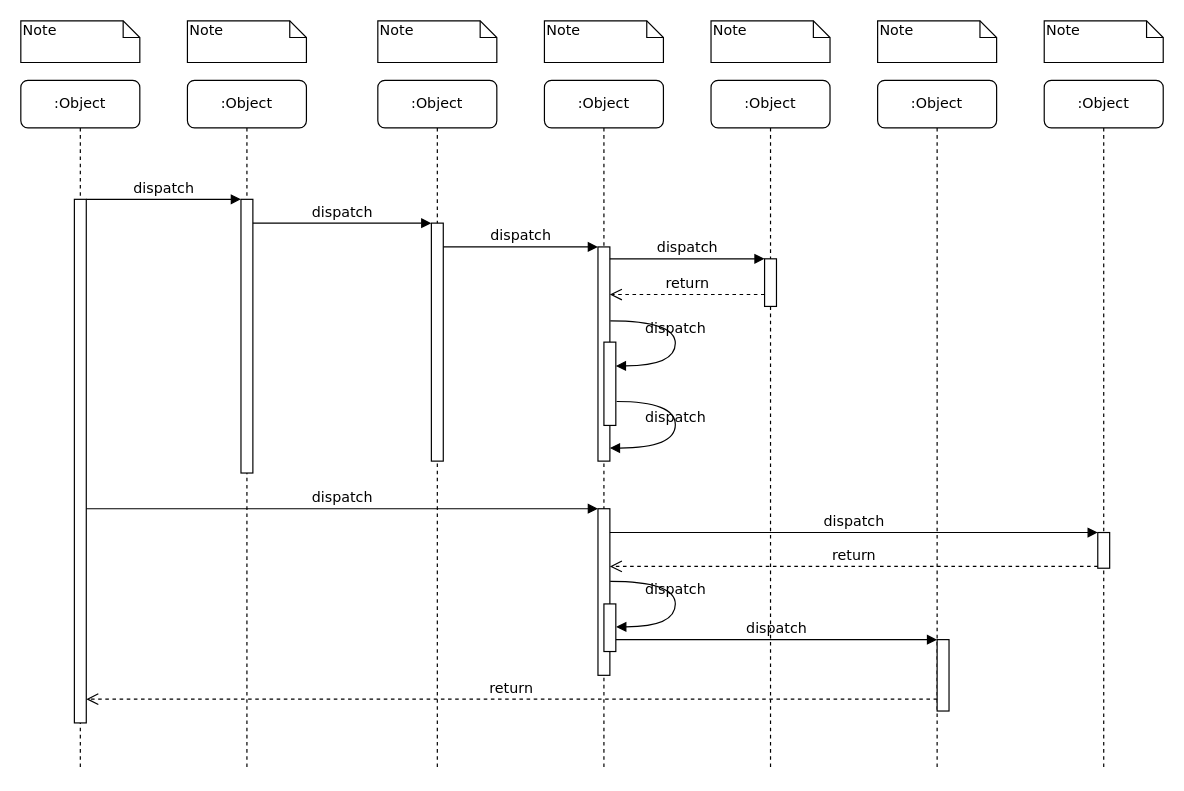
Earlier version of the draw.io diagram diagramadefuncionamiento.drawio (Jusepepe/PROYECTO_SCA). Source tidied: cells renumbered, new cells numbered last; positions are measured from the earlier drawing's top-left corner, leaving out a move shared by most shapes. Both pictures are drawn from the tidied source at 119%, with x=0, y=0 at pixel (20, 20).
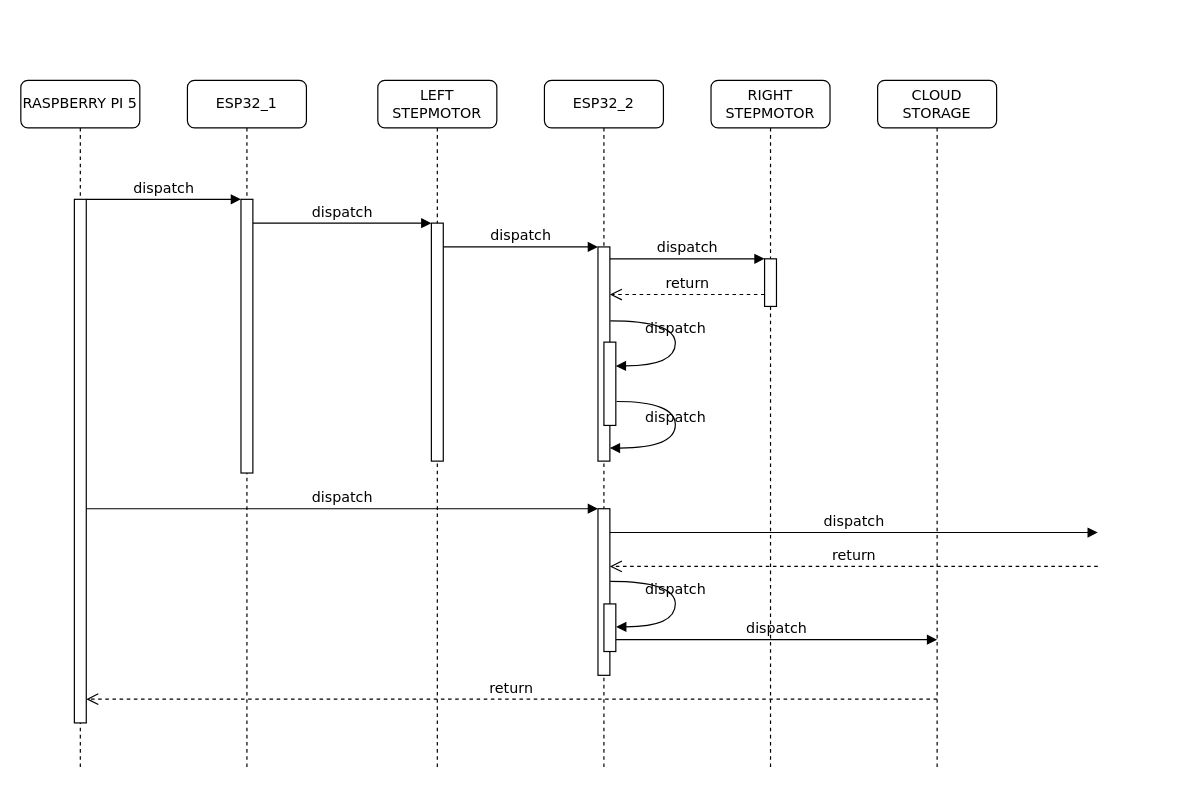
The same diagram, later.

The change refers to these unchanged cells:
```xml
<mxCell id="11" style="html=1;points=[];perimeter=orthogonalPerimeter;rounded=0;shadow=0;comic=0;labelBackgroundColor=none;strokeWidth=1;fontFamily=Verdana;fontSize=12;align=center;" parent="10" vertex="1">
  <mxGeometry x="45" y="100" width="10" height="440" as="geometry" />
</mxCell>
<mxCell id="17" style="html=1;points=[];perimeter=orthogonalPerimeter;rounded=0;shadow=0;comic=0;labelBackgroundColor=none;strokeWidth=1;fontFamily=Verdana;fontSize=12;align=center;" parent="1" vertex="1">
  <mxGeometry x="485" y="410" width="10" height="140" as="geometry" />
</mxCell>
<mxCell id="30" style="html=1;points=[];perimeter=orthogonalPerimeter;rounded=0;shadow=0;comic=0;labelBackgroundColor=none;strokeWidth=1;fontFamily=Verdana;fontSize=12;align=center;" parent="1" vertex="1">
  <mxGeometry x="490" y="490" width="10" height="40" as="geometry" />
</mxCell>
```

Diff of the diagram source:
```diff
@@
-    <mxCell id="2" value=":Object" style="shape=umlLifeline;perimeter=lifelinePerimeter;whiteSpace=wrap;html=1;rounded=1;shadow=0;comic=0;labelBackgroundColor=none;strokeWidth=1;fontFamily=Verdana;fontSize=12;align=center;" parent="1" vertex="1">
+    <mxCell id="2" value="ESP32_1" style="shape=umlLifeline;perimeter=lifelinePerimeter;whiteSpace=wrap;html=1;rounded=1;shadow=0;comic=0;labelBackgroundColor=none;strokeWidth=1;fontFamily=Verdana;fontSize=12;align=center;" parent="1" vertex="1">
       <mxGeometry x="140" y="50" width="100" height="580" as="geometry" />
     </mxCell>
@@
-    <mxCell id="4" value=":Object" style="shape=umlLifeline;perimeter=lifelinePerimeter;whiteSpace=wrap;html=1;rounded=1;shadow=0;comic=0;labelBackgroundColor=none;strokeWidth=1;fontFamily=Verdana;fontSize=12;align=center;" parent="1" vertex="1">
+    <mxCell id="4" value="LEFT STEPMOTOR" style="shape=umlLifeline;perimeter=lifelinePerimeter;whiteSpace=wrap;html=1;rounded=1;shadow=0;comic=0;labelBackgroundColor=none;strokeWidth=1;fontFamily=Verdana;fontSize=12;align=center;" parent="1" vertex="1">
       <mxGeometry x="300" y="50" width="100" height="580" as="geometry" />
     </mxCell>
@@
-    <mxCell id="6" value=":Object" style="shape=umlLifeline;perimeter=lifelinePerimeter;whiteSpace=wrap;html=1;rounded=1;shadow=0;comic=0;labelBackgroundColor=none;strokeWidth=1;fontFamily=Verdana;fontSize=12;align=center;" parent="1" vertex="1">
+    <mxCell id="6" value="ESP32_2" style="shape=umlLifeline;perimeter=lifelinePerimeter;whiteSpace=wrap;html=1;rounded=1;shadow=0;comic=0;labelBackgroundColor=none;strokeWidth=1;fontFamily=Verdana;fontSize=12;align=center;" parent="1" vertex="1">
       <mxGeometry x="440" y="50" width="100" height="580" as="geometry" />
     </mxCell>
-    <mxCell id="7" value=":Object" style="shape=umlLifeline;perimeter=lifelinePerimeter;whiteSpace=wrap;html=1;rounded=1;shadow=0;comic=0;labelBackgroundColor=none;strokeWidth=1;fontFamily=Verdana;fontSize=12;align=center;" parent="1" vertex="1">
+    <mxCell id="7" value="RIGHT STEPMOTOR" style="shape=umlLifeline;perimeter=lifelinePerimeter;whiteSpace=wrap;html=1;rounded=1;shadow=0;comic=0;labelBackgroundColor=none;strokeWidth=1;fontFamily=Verdana;fontSize=12;align=center;" parent="1" vertex="1">
       <mxGeometry x="580" y="50" width="100" height="580" as="geometry" />
     </mxCell>
-    <mxCell id="8" value=":Object" style="shape=umlLifeline;perimeter=lifelinePerimeter;whiteSpace=wrap;html=1;rounded=1;shadow=0;comic=0;labelBackgroundColor=none;strokeWidth=1;fontFamily=Verdana;fontSize=12;align=center;" parent="1" vertex="1">
-      <mxGeometry x="720" y="50" width="100" height="580" as="geometry" />
-    </mxCell>
-    <mxCell id="9" value=":Object" style="shape=umlLifeline;perimeter=lifelinePerimeter;whiteSpace=wrap;html=1;rounded=1;shadow=0;comic=0;labelBackgroundColor=none;strokeWidth=1;fontFamily=Verdana;fontSize=12;align=center;" parent="1" vertex="1">
-      <mxGeometry x="860" y="50" width="100" height="580" as="geometry" />
-    </mxCell>
-    <mxCell id="10" value=":Object" style="shape=umlLifeline;perimeter=lifelinePerimeter;whiteSpace=wrap;html=1;rounded=1;shadow=0;comic=0;labelBackgroundColor=none;strokeWidth=1;fontFamily=Verdana;fontSize=12;align=center;" parent="1" vertex="1">
+    <mxCell id="10" value="RASPBERRY PI 5" style="shape=umlLifeline;perimeter=lifelinePerimeter;whiteSpace=wrap;html=1;rounded=1;shadow=0;comic=0;labelBackgroundColor=none;strokeWidth=1;fontFamily=Verdana;fontSize=12;align=center;" parent="1" vertex="1">
       <mxGeometry y="50" width="100" height="580" as="geometry" />
     </mxCell>
@@
-    <mxCell id="19" style="html=1;points=[];perimeter=orthogonalPerimeter;rounded=0;shadow=0;comic=0;labelBackgroundColor=none;strokeColor=#000000;strokeWidth=1;fillColor=#FFFFFF;fontFamily=Verdana;fontSize=12;fontColor=#000000;align=center;" parent="1" vertex="1">
-      <mxGeometry x="905" y="430" width="10" height="30" as="geometry" />
-    </mxCell>
-    <mxCell id="20" value="dispatch" style="html=1;verticalAlign=bottom;endArrow=block;entryX=0;entryY=0;labelBackgroundColor=none;fontFamily=Verdana;fontSize=12;" parent="1" edge="1" source="17" target="19">
-      <mxGeometry relative="1" as="geometry" />
+    <mxCell id="20" value="dispatch" style="html=1;verticalAlign=bottom;endArrow=block;entryX=0;entryY=0;labelBackgroundColor=none;fontFamily=Verdana;fontSize=12;" parent="1" edge="1" source="17">
+      <mxGeometry relative="1" as="geometry">
+        <mxPoint x="905" y="430" as="targetPoint" />
+      </mxGeometry>
     </mxCell>
-    <mxCell id="21" value="return" style="html=1;verticalAlign=bottom;endArrow=open;dashed=1;endSize=8;exitX=0;exitY=0.95;labelBackgroundColor=none;fontFamily=Verdana;fontSize=12;" parent="1" edge="1" source="19" target="17">
-      <mxGeometry relative="1" as="geometry" />
+    <mxCell id="21" value="return" style="html=1;verticalAlign=bottom;endArrow=open;dashed=1;endSize=8;exitX=0;exitY=0.95;labelBackgroundColor=none;fontFamily=Verdana;fontSize=12;" parent="1" edge="1" target="17">
+      <mxGeometry relative="1" as="geometry">
+        <mxPoint x="905" y="458.5" as="sourcePoint" />
+      </mxGeometry>
     </mxCell>
-    <mxCell id="22" style="html=1;points=[];perimeter=orthogonalPerimeter;rounded=0;shadow=0;comic=0;labelBackgroundColor=none;strokeWidth=1;fontFamily=Verdana;fontSize=12;align=center;" parent="1" vertex="1">
-      <mxGeometry x="770" y="520" width="10" height="60" as="geometry" />
-    </mxCell>
-    <mxCell id="23" value="dispatch" style="html=1;verticalAlign=bottom;endArrow=block;entryX=0;entryY=0;labelBackgroundColor=none;fontFamily=Verdana;fontSize=12;edgeStyle=elbowEdgeStyle;elbow=vertical;" parent="1" edge="1" source="30" target="22">
-      <mxGeometry relative="1" as="geometry" />
+    <mxCell id="23" value="dispatch" style="html=1;verticalAlign=bottom;endArrow=block;entryX=0;entryY=0;labelBackgroundColor=none;fontFamily=Verdana;fontSize=12;edgeStyle=elbowEdgeStyle;elbow=vertical;" parent="1" edge="1" source="30">
+      <mxGeometry relative="1" as="geometry">
+        <mxPoint x="770" y="520" as="targetPoint" />
+      </mxGeometry>
     </mxCell>
-    <mxCell id="24" value="return" style="html=1;verticalAlign=bottom;endArrow=open;dashed=1;endSize=8;labelBackgroundColor=none;fontFamily=Verdana;fontSize=12;edgeStyle=elbowEdgeStyle;elbow=vertical;" parent="1" edge="1" source="22" target="11">
+    <mxCell id="24" value="return" style="html=1;verticalAlign=bottom;endArrow=open;dashed=1;endSize=8;labelBackgroundColor=none;fontFamily=Verdana;fontSize=12;edgeStyle=elbowEdgeStyle;elbow=vertical;" parent="1" edge="1" target="11">
       <mxGeometry relative="1" as="geometry">
+        <mxPoint x="770" y="570" as="sourcePoint" />
         <Array as="points">
           <mxPoint x="470" y="570" />
         </Array>
       </mxGeometry>
     </mxCell>
@@
-    <mxCell id="32" value="Note" style="shape=note;whiteSpace=wrap;html=1;size=14;verticalAlign=top;align=left;spacingTop=-6;rounded=0;shadow=0;comic=0;labelBackgroundColor=none;strokeWidth=1;fontFamily=Verdana;fontSize=12;" parent="1" vertex="1">
-      <mxGeometry width="100" height="35" as="geometry" />
-    </mxCell>
-    <mxCell id="33" value="Note" style="shape=note;whiteSpace=wrap;html=1;size=14;verticalAlign=top;align=left;spacingTop=-6;rounded=0;shadow=0;comic=0;labelBackgroundColor=none;strokeWidth=1;fontFamily=Verdana;fontSize=12;" parent="1" vertex="1">
-      <mxGeometry x="140" width="100" height="35" as="geometry" />
-    </mxCell>
-    <mxCell id="34" value="Note" style="shape=note;whiteSpace=wrap;html=1;size=14;verticalAlign=top;align=left;spacingTop=-6;rounded=0;shadow=0;comic=0;labelBackgroundColor=none;strokeWidth=1;fontFamily=Verdana;fontSize=12;" parent="1" vertex="1">
-      <mxGeometry x="300" width="100" height="35" as="geometry" />
-    </mxCell>
-    <mxCell id="35" value="Note" style="shape=note;whiteSpace=wrap;html=1;size=14;verticalAlign=top;align=left;spacingTop=-6;rounded=0;shadow=0;comic=0;labelBackgroundColor=none;strokeWidth=1;fontFamily=Verdana;fontSize=12;" parent="1" vertex="1">
-      <mxGeometry x="440" width="100" height="35" as="geometry" />
-    </mxCell>
-    <mxCell id="36" value="Note" style="shape=note;whiteSpace=wrap;html=1;size=14;verticalAlign=top;align=left;spacingTop=-6;rounded=0;shadow=0;comic=0;labelBackgroundColor=none;strokeWidth=1;fontFamily=Verdana;fontSize=12;" parent="1" vertex="1">
-      <mxGeometry x="580" width="100" height="35" as="geometry" />
-    </mxCell>
-    <mxCell id="37" value="Note" style="shape=note;whiteSpace=wrap;html=1;size=14;verticalAlign=top;align=left;spacingTop=-6;rounded=0;shadow=0;comic=0;labelBackgroundColor=none;strokeWidth=1;fontFamily=Verdana;fontSize=12;" parent="1" vertex="1">
-      <mxGeometry x="720" width="100" height="35" as="geometry" />
-    </mxCell>
-    <mxCell id="38" value="Note" style="shape=note;whiteSpace=wrap;html=1;size=14;verticalAlign=top;align=left;spacingTop=-6;rounded=0;shadow=0;comic=0;labelBackgroundColor=none;strokeWidth=1;fontFamily=Verdana;fontSize=12;" parent="1" vertex="1">
-      <mxGeometry x="860" width="100" height="35" as="geometry" />
-    </mxCell>
+    <mxCell id="39" value="CLOUD STORAGE" style="shape=umlLifeline;perimeter=lifelinePerimeter;whiteSpace=wrap;html=1;rounded=1;shadow=0;comic=0;labelBackgroundColor=none;strokeWidth=1;fontFamily=Verdana;fontSize=12;align=center;" parent="1" vertex="1">
+      <mxGeometry x="720" y="50" width="100" height="580" as="geometry" />
+    </mxCell>
```
